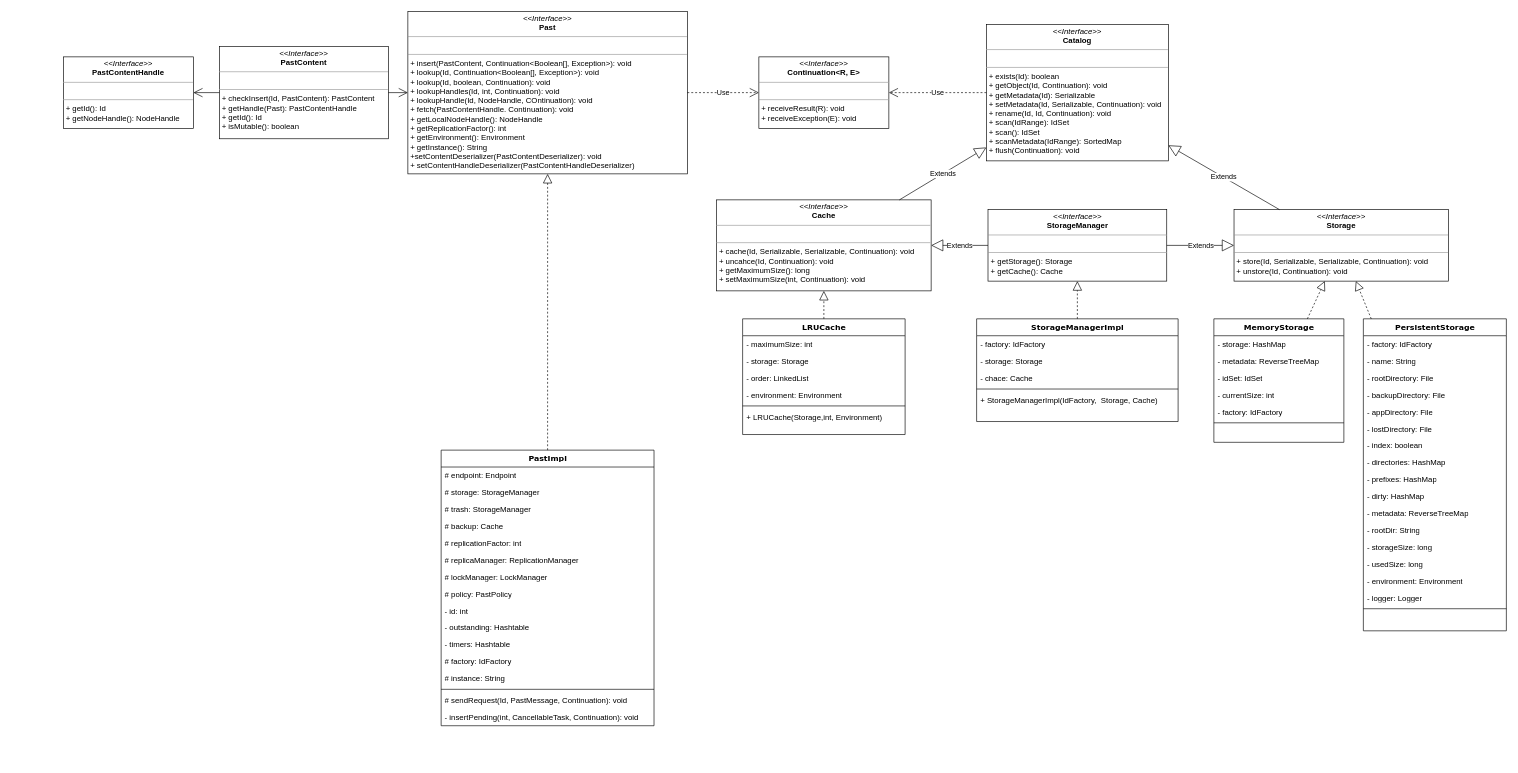
The draw.io diagram PastryPast.drawio in OneOverThree/PastryTest, before the edit. Source tidied: cells renumbered, new cells numbered last; positions are measured from the earlier drawing's top-left corner, leaving out a move shared by most shapes. Both pictures are drawn from the tidied source at 65%, with x=0, y=0 at pixel (63, 11).
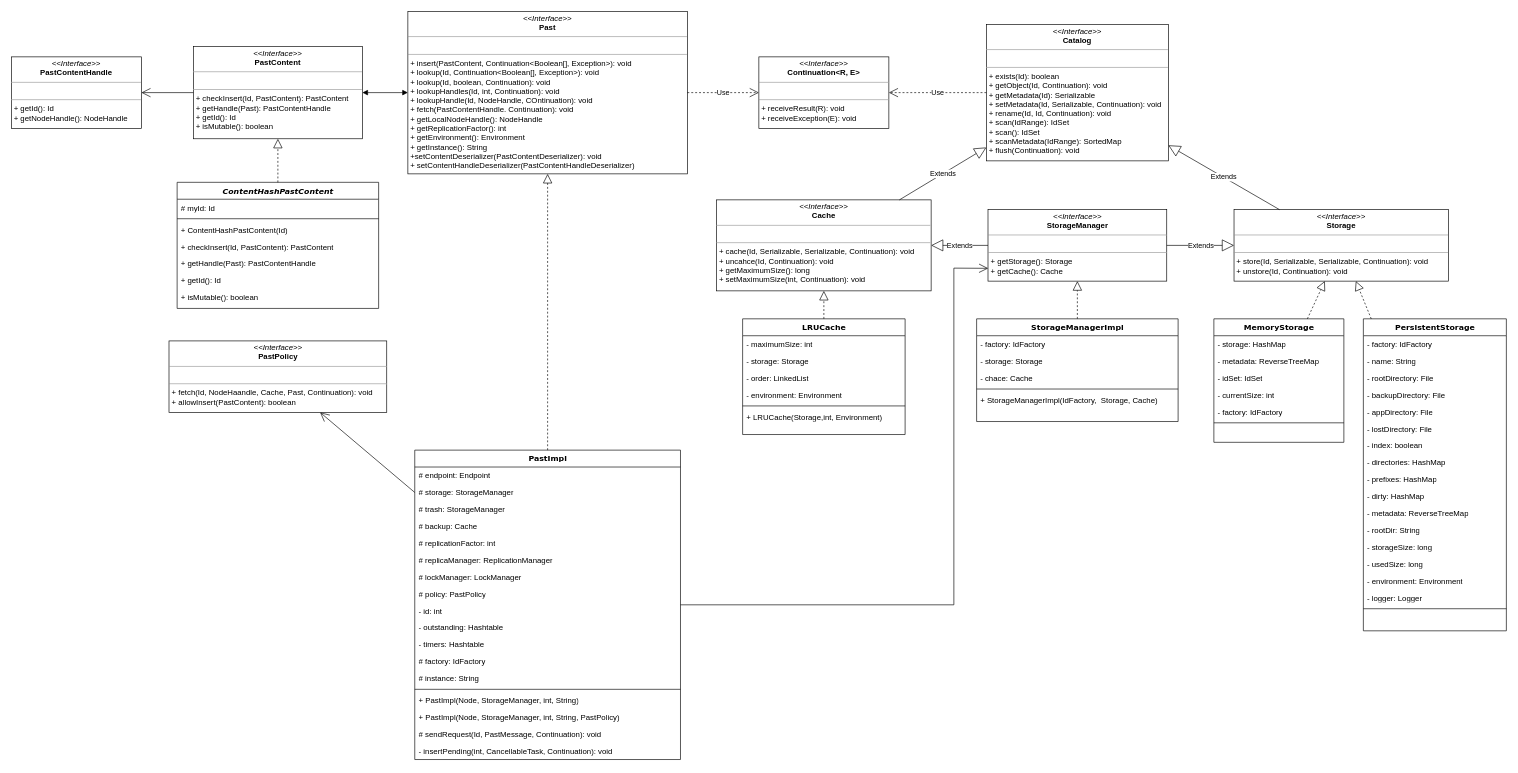
The same diagram, later.

The change refers to these unchanged cells:
```xml
<mxCell id="4" value="&lt;p style=&quot;margin:0px;margin-top:4px;text-align:center;&quot;&gt;&lt;i&gt;&amp;lt;&amp;lt;Interface&amp;gt;&amp;gt;&lt;/i&gt;&lt;br&gt;&lt;b&gt;Past&lt;/b&gt;&lt;/p&gt;&lt;hr size=&quot;1&quot;&gt;&lt;p style=&quot;margin:0px;margin-left:4px;&quot;&gt;&lt;br&gt;&lt;/p&gt;&lt;hr size=&quot;1&quot;&gt;&lt;p style=&quot;margin:0px;margin-left:4px;&quot;&gt;+ insert(PastContent, Continuation&amp;lt;Boolean[], Exception&amp;gt;): void&lt;/p&gt;&lt;p style=&quot;margin:0px;margin-left:4px;&quot;&gt;+ lookup(Id, Continuation&amp;lt;Boolean[], Exception&amp;gt;): void&lt;/p&gt;&lt;p style=&quot;margin:0px;margin-left:4px;&quot;&gt;+ lookup(Id, boolean, Continuation): void&lt;/p&gt;&lt;p style=&quot;margin:0px;margin-left:4px;&quot;&gt;+ lookupHandles(Id, int, Continuation): void&lt;/p&gt;&lt;p style=&quot;margin:0px;margin-left:4px;&quot;&gt;+ lookupHandle(Id, NodeHandle, COntinuation): void&lt;/p&gt;&lt;p style=&quot;margin:0px;margin-left:4px;&quot;&gt;+ fetch(PastContentHandle. Continuation): void&lt;/p&gt;&lt;p style=&quot;margin:0px;margin-left:4px;&quot;&gt;+ getLocalNodeHandle(): NodeHandle&lt;/p&gt;&lt;p style=&quot;margin:0px;margin-left:4px;&quot;&gt;+ getReplicationFactor(): int&lt;/p&gt;&lt;p style=&quot;margin:0px;margin-left:4px;&quot;&gt;+ getEnvironment(): Environment&lt;/p&gt;&lt;p style=&quot;margin:0px;margin-left:4px;&quot;&gt;+ getInstance(): String&lt;/p&gt;&lt;p style=&quot;margin:0px;margin-left:4px;&quot;&gt;+setContentDeserializer(PastContentDeserializer): void&lt;/p&gt;&lt;p style=&quot;margin:0px;margin-left:4px;&quot;&gt;+ setContentHandleDeserializer(PastContentHandleDeserializer)&lt;/p&gt;" style="verticalAlign=top;align=left;overflow=fill;fontSize=12;fontFamily=Helvetica;html=1;rounded=0;shadow=0;comic=0;labelBackgroundColor=none;strokeWidth=1;" parent="1" vertex="1">
  <mxGeometry x="530" width="430" height="250" as="geometry" />
</mxCell>
<mxCell id="66" value="&lt;p style=&quot;margin:0px;margin-top:4px;text-align:center;&quot;&gt;&lt;i&gt;&amp;lt;&amp;lt;Interface&amp;gt;&amp;gt;&lt;/i&gt;&lt;br&gt;&lt;b&gt;StorageManager&lt;/b&gt;&lt;/p&gt;&lt;hr size=&quot;1&quot;&gt;&lt;p style=&quot;margin:0px;margin-left:4px;&quot;&gt;&lt;br&gt;&lt;/p&gt;&lt;hr size=&quot;1&quot;&gt;&lt;p style=&quot;margin:0px;margin-left:4px;&quot;&gt;&lt;span style=&quot;background-color: initial;&quot;&gt;+ getStorage(): Storage&lt;/span&gt;&lt;br&gt;&lt;/p&gt;&lt;p style=&quot;margin:0px;margin-left:4px;&quot;&gt;+ getCache(): Cache&lt;/p&gt;" style="verticalAlign=top;align=left;overflow=fill;fontSize=12;fontFamily=Helvetica;html=1;rounded=0;shadow=0;comic=0;labelBackgroundColor=none;strokeWidth=1;" parent="1" vertex="1">
  <mxGeometry x="1422.5" y="305" width="275" height="110" as="geometry" />
</mxCell>
```

Diff of the diagram source:
```diff
@@
     <mxCell id="2" value="&lt;p style=&quot;margin:0px;margin-top:4px;text-align:center;&quot;&gt;&lt;i&gt;&amp;lt;&amp;lt;Interface&amp;gt;&amp;gt;&lt;/i&gt;&lt;br&gt;&lt;b&gt;PastContent&lt;/b&gt;&lt;/p&gt;&lt;hr size=&quot;1&quot;&gt;&lt;p style=&quot;margin:0px;margin-left:4px;&quot;&gt;&lt;br&gt;&lt;/p&gt;&lt;hr size=&quot;1&quot;&gt;&lt;p style=&quot;margin:0px;margin-left:4px;&quot;&gt;+ checkInsert(Id, PastContent): PastContent&lt;/p&gt;&lt;p style=&quot;margin:0px;margin-left:4px;&quot;&gt;+ getHandle(Past): PastContentHandle&lt;br&gt;&lt;/p&gt;&lt;p style=&quot;margin:0px;margin-left:4px;&quot;&gt;+ getId(): Id&lt;/p&gt;&lt;p style=&quot;margin:0px;margin-left:4px;&quot;&gt;+ isMutable(): boolean&lt;/p&gt;" style="verticalAlign=top;align=left;overflow=fill;fontSize=12;fontFamily=Helvetica;html=1;rounded=0;shadow=0;comic=0;labelBackgroundColor=none;strokeWidth=1;" parent="1" vertex="1">
-      <mxGeometry x="240" y="54" width="260" height="142" as="geometry" />
+      <mxGeometry x="200" y="54" width="260" height="142" as="geometry" />
     </mxCell>
     <mxCell id="3" value="&lt;p style=&quot;margin:0px;margin-top:4px;text-align:center;&quot;&gt;&lt;i&gt;&amp;lt;&amp;lt;Interface&amp;gt;&amp;gt;&lt;/i&gt;&lt;br&gt;&lt;b&gt;PastContentHandle&lt;/b&gt;&lt;/p&gt;&lt;hr size=&quot;1&quot;&gt;&lt;p style=&quot;margin:0px;margin-left:4px;&quot;&gt;&lt;br&gt;&lt;/p&gt;&lt;hr size=&quot;1&quot;&gt;&lt;p style=&quot;margin:0px;margin-left:4px;&quot;&gt;&lt;span style=&quot;background-color: initial;&quot;&gt;+ getId(): Id&lt;/span&gt;&lt;br&gt;&lt;/p&gt;&lt;p style=&quot;margin:0px;margin-left:4px;&quot;&gt;+ getNodeHandle(): NodeHandle&lt;/p&gt;" style="verticalAlign=top;align=left;overflow=fill;fontSize=12;fontFamily=Helvetica;html=1;rounded=0;shadow=0;comic=0;labelBackgroundColor=none;strokeWidth=1;" parent="1" vertex="1">
-      <mxGeometry y="70" width="200" height="110" as="geometry" />
+      <mxGeometry x="-80" y="70" width="200" height="110" as="geometry" />
     </mxCell>
@@
-    <mxCell id="5" style="endArrow=open;endFill=1;endSize=12;html=1;rounded=0;" parent="1" edge="1" source="2" target="4">
-      <mxGeometry relative="1" as="geometry" />
-    </mxCell>
@@
     <mxCell id="7" value="PastImpl" style="swimlane;html=1;fontStyle=1;align=center;verticalAlign=top;horizontal=1;startSize=26;swimlaneFillColor=#ffffff;rounded=0;shadow=0;comic=0;labelBackgroundColor=none;strokeWidth=1;fillColor=none;fontFamily=Verdana;fontSize=12;" parent="1" vertex="1">
-      <mxGeometry x="581.2" y="675" width="327.5" height="424" as="geometry" />
+      <mxGeometry x="540.6" y="675" width="408.8" height="476" as="geometry" />
     </mxCell>
     <mxCell id="8" value="# endpoint: Endpoint" style="text;html=1;strokeColor=none;fillColor=none;align=left;verticalAlign=top;spacingLeft=4;spacingRight=4;whiteSpace=wrap;overflow=hidden;" parent="7" vertex="1">
-      <mxGeometry y="26" width="327.5" height="26" as="geometry" />
+      <mxGeometry y="26" width="408.8" height="26" as="geometry" />
     </mxCell>
     <mxCell id="9" value="# storage: StorageManager" style="text;html=1;strokeColor=none;fillColor=none;align=left;verticalAlign=top;spacingLeft=4;spacingRight=4;whiteSpace=wrap;overflow=hidden;" parent="7" vertex="1">
-      <mxGeometry y="52" width="327.5" height="26" as="geometry" />
+      <mxGeometry y="52" width="408.8" height="26" as="geometry" />
     </mxCell>
     <mxCell id="10" value="# trash: StorageManager" style="text;html=1;strokeColor=none;fillColor=none;align=left;verticalAlign=top;spacingLeft=4;spacingRight=4;whiteSpace=wrap;overflow=hidden;" parent="7" vertex="1">
-      <mxGeometry y="78" width="327.5" height="26" as="geometry" />
+      <mxGeometry y="78" width="408.8" height="26" as="geometry" />
     </mxCell>
     <mxCell id="11" value="# backup: Cache" style="text;html=1;strokeColor=none;fillColor=none;align=left;verticalAlign=top;spacingLeft=4;spacingRight=4;whiteSpace=wrap;overflow=hidden;" parent="7" vertex="1">
-      <mxGeometry y="104" width="327.5" height="26" as="geometry" />
+      <mxGeometry y="104" width="408.8" height="26" as="geometry" />
     </mxCell>
     <mxCell id="12" value="# replicationFactor: int" style="text;html=1;strokeColor=none;fillColor=none;align=left;verticalAlign=top;spacingLeft=4;spacingRight=4;whiteSpace=wrap;overflow=hidden;" parent="7" vertex="1">
-      <mxGeometry y="130" width="327.5" height="26" as="geometry" />
+      <mxGeometry y="130" width="408.8" height="26" as="geometry" />
     </mxCell>
     <mxCell id="13" value="# replicaManager: ReplicationManager" style="text;html=1;strokeColor=none;fillColor=none;align=left;verticalAlign=top;spacingLeft=4;spacingRight=4;whiteSpace=wrap;overflow=hidden;" parent="7" vertex="1">
-      <mxGeometry y="156" width="327.5" height="26" as="geometry" />
+      <mxGeometry y="156" width="408.8" height="26" as="geometry" />
     </mxCell>
     <mxCell id="14" value="# lockManager: LockManager" style="text;html=1;strokeColor=none;fillColor=none;align=left;verticalAlign=top;spacingLeft=4;spacingRight=4;whiteSpace=wrap;overflow=hidden;" parent="7" vertex="1">
-      <mxGeometry y="182" width="327.5" height="26" as="geometry" />
+      <mxGeometry y="182" width="408.8" height="26" as="geometry" />
     </mxCell>
     <mxCell id="15" value="# policy: PastPolicy" style="text;html=1;strokeColor=none;fillColor=none;align=left;verticalAlign=top;spacingLeft=4;spacingRight=4;whiteSpace=wrap;overflow=hidden;" parent="7" vertex="1">
-      <mxGeometry y="208" width="327.5" height="26" as="geometry" />
+      <mxGeometry y="208" width="408.8" height="26" as="geometry" />
     </mxCell>
     <mxCell id="16" value="- id: int" style="text;html=1;strokeColor=none;fillColor=none;align=left;verticalAlign=top;spacingLeft=4;spacingRight=4;whiteSpace=wrap;overflow=hidden;" parent="7" vertex="1">
-      <mxGeometry y="234" width="327.5" height="26" as="geometry" />
+      <mxGeometry y="234" width="408.8" height="26" as="geometry" />
     </mxCell>
     <mxCell id="17" value="- outstanding: Hashtable" style="text;html=1;strokeColor=none;fillColor=none;align=left;verticalAlign=top;spacingLeft=4;spacingRight=4;whiteSpace=wrap;overflow=hidden;" parent="7" vertex="1">
-      <mxGeometry y="260" width="327.5" height="26" as="geometry" />
+      <mxGeometry y="260" width="408.8" height="26" as="geometry" />
     </mxCell>
     <mxCell id="18" value="- timers: Hashtable" style="text;html=1;strokeColor=none;fillColor=none;align=left;verticalAlign=top;spacingLeft=4;spacingRight=4;whiteSpace=wrap;overflow=hidden;" parent="7" vertex="1">
-      <mxGeometry y="286" width="327.5" height="26" as="geometry" />
+      <mxGeometry y="286" width="408.8" height="26" as="geometry" />
     </mxCell>
     <mxCell id="19" value="# factory: IdFactory" style="text;html=1;strokeColor=none;fillColor=none;align=left;verticalAlign=top;spacingLeft=4;spacingRight=4;whiteSpace=wrap;overflow=hidden;" parent="7" vertex="1">
-      <mxGeometry y="312" width="327.5" height="26" as="geometry" />
+      <mxGeometry y="312" width="408.8" height="26" as="geometry" />
     </mxCell>
     <mxCell id="20" value="# instance: String" style="text;html=1;strokeColor=none;fillColor=none;align=left;verticalAlign=top;spacingLeft=4;spacingRight=4;whiteSpace=wrap;overflow=hidden;" parent="7" vertex="1">
-      <mxGeometry y="338" width="327.5" height="26" as="geometry" />
+      <mxGeometry y="338" width="408.8" height="26" as="geometry" />
     </mxCell>
     <mxCell id="21" style="line;html=1;strokeWidth=1;fillColor=none;align=left;verticalAlign=middle;spacingTop=-1;spacingLeft=3;spacingRight=3;labelPosition=right;" parent="7" vertex="1">
-      <mxGeometry y="364" width="327.5" height="8" as="geometry" />
+      <mxGeometry y="364" width="408.8" height="8" as="geometry" />
     </mxCell>
+    <mxCell id="78" value="+ PastImpl(Node, StorageManager, int, String)" style="text;html=1;strokeColor=none;fillColor=none;align=left;verticalAlign=top;spacingLeft=4;spacingRight=4;whiteSpace=wrap;overflow=hidden;" parent="7" vertex="1">
+      <mxGeometry y="372" width="408.8" height="26" as="geometry" />
+    </mxCell>
+    <mxCell id="79" value="+ PastImpl(Node, StorageManager, int, String, PastPolicy)" style="text;html=1;strokeColor=none;fillColor=none;align=left;verticalAlign=top;spacingLeft=4;spacingRight=4;whiteSpace=wrap;overflow=hidden;" parent="7" vertex="1">
+      <mxGeometry y="398" width="408.8" height="26" as="geometry" />
+    </mxCell>
     <mxCell id="22" value="# sendRequest(Id, PastMessage, Continuation): void" style="text;html=1;strokeColor=none;fillColor=none;align=left;verticalAlign=top;spacingLeft=4;spacingRight=4;whiteSpace=wrap;overflow=hidden;" parent="7" vertex="1">
-      <mxGeometry y="372" width="327.5" height="26" as="geometry" />
+      <mxGeometry y="424" width="408.8" height="26" as="geometry" />
     </mxCell>
     <mxCell id="23" value="&lt;span style=&quot;&quot;&gt;- insertPending(int, CancellableTask, Continuation): void&lt;/span&gt;" style="text;html=1;strokeColor=none;fillColor=none;align=left;verticalAlign=top;spacingLeft=4;spacingRight=4;whiteSpace=wrap;overflow=hidden;" parent="7" vertex="1">
-      <mxGeometry y="398" width="327.5" height="26" as="geometry" />
+      <mxGeometry y="450" width="408.8" height="26" as="geometry" />
     </mxCell>
@@
+    <mxCell id="80" value="&lt;i&gt;ContentHashPastContent&lt;/i&gt;" style="swimlane;html=1;fontStyle=1;align=center;verticalAlign=top;horizontal=1;startSize=26;swimlaneFillColor=#ffffff;rounded=0;shadow=0;comic=0;labelBackgroundColor=none;strokeWidth=1;fillColor=none;fontFamily=Verdana;fontSize=12;" parent="1" vertex="1">
+      <mxGeometry x="175" y="263" width="310" height="194" as="geometry" />
+    </mxCell>
+    <mxCell id="81" value="# myId: Id" style="text;html=1;strokeColor=none;fillColor=none;align=left;verticalAlign=top;spacingLeft=4;spacingRight=4;whiteSpace=wrap;overflow=hidden;" parent="80" vertex="1">
+      <mxGeometry y="26" width="310" height="26" as="geometry" />
+    </mxCell>
+    <mxCell id="82" style="line;html=1;strokeWidth=1;fillColor=none;align=left;verticalAlign=middle;spacingTop=-1;spacingLeft=3;spacingRight=3;labelPosition=right;" parent="80" vertex="1">
+      <mxGeometry y="52" width="310" height="8" as="geometry" />
+    </mxCell>
+    <mxCell id="83" value="+ ContentHashPastContent(Id)" style="text;html=1;strokeColor=none;fillColor=none;align=left;verticalAlign=top;spacingLeft=4;spacingRight=4;whiteSpace=wrap;overflow=hidden;" parent="80" vertex="1">
+      <mxGeometry y="60" width="310" height="26" as="geometry" />
+    </mxCell>
+    <mxCell id="84" value="+ checkInsert(Id, PastContent): PastContent" style="text;html=1;strokeColor=none;fillColor=none;align=left;verticalAlign=top;spacingLeft=4;spacingRight=4;whiteSpace=wrap;overflow=hidden;" parent="80" vertex="1">
+      <mxGeometry y="86" width="310" height="26" as="geometry" />
+    </mxCell>
+    <mxCell id="85" value="+ getHandle(Past): PastContentHandle" style="text;html=1;strokeColor=none;fillColor=none;align=left;verticalAlign=top;spacingLeft=4;spacingRight=4;whiteSpace=wrap;overflow=hidden;" parent="80" vertex="1">
+      <mxGeometry y="112" width="310" height="26" as="geometry" />
+    </mxCell>
+    <mxCell id="86" value="+ getId(): Id" style="text;html=1;strokeColor=none;fillColor=none;align=left;verticalAlign=top;spacingLeft=4;spacingRight=4;whiteSpace=wrap;overflow=hidden;" parent="80" vertex="1">
+      <mxGeometry y="138" width="310" height="26" as="geometry" />
+    </mxCell>
+    <mxCell id="87" value="+ isMutable(): boolean" style="text;html=1;strokeColor=none;fillColor=none;align=left;verticalAlign=top;spacingLeft=4;spacingRight=4;whiteSpace=wrap;overflow=hidden;" parent="80" vertex="1">
+      <mxGeometry y="164" width="310" height="26" as="geometry" />
+    </mxCell>
+    <mxCell id="88" style="endArrow=block;dashed=1;endFill=0;endSize=12;html=1;rounded=0;" parent="1" edge="1" source="80" target="2">
+      <mxGeometry relative="1" as="geometry" />
+    </mxCell>
+    <mxCell id="5" style="endArrow=block;startArrow=block;endFill=1;startFill=1;html=1;rounded=0;" parent="1" edge="1" source="2" target="4">
+      <mxGeometry relative="1" as="geometry" />
+    </mxCell>
+    <mxCell id="89" style="endArrow=open;endFill=1;endSize=12;html=1;rounded=0;entryX=0.001;entryY=0.821;entryDx=0;entryDy=0;entryPerimeter=0;" parent="1" edge="1" source="7" target="66">
+      <mxGeometry relative="1" as="geometry">
+        <Array as="points">
+          <mxPoint x="1370" y="913" />
+          <mxPoint x="1370" y="395" />
+        </Array>
+      </mxGeometry>
+    </mxCell>
+    <mxCell id="90" value="&lt;p style=&quot;margin:0px;margin-top:4px;text-align:center;&quot;&gt;&lt;i&gt;&amp;lt;&amp;lt;Interface&amp;gt;&amp;gt;&lt;/i&gt;&lt;br&gt;&lt;b&gt;PastPolicy&lt;/b&gt;&lt;/p&gt;&lt;hr size=&quot;1&quot;&gt;&lt;p style=&quot;margin:0px;margin-left:4px;&quot;&gt;&lt;br&gt;&lt;/p&gt;&lt;hr size=&quot;1&quot;&gt;&lt;p style=&quot;margin:0px;margin-left:4px;&quot;&gt;&lt;span style=&quot;background-color: initial;&quot;&gt;+ fetch(Id, NodeHaandle, Cache, Past, Continuation): void&lt;/span&gt;&lt;br&gt;&lt;/p&gt;&lt;p style=&quot;margin:0px;margin-left:4px;&quot;&gt;+ allowInsert(PastContent): boolean&lt;/p&gt;" style="verticalAlign=top;align=left;overflow=fill;fontSize=12;fontFamily=Helvetica;html=1;rounded=0;shadow=0;comic=0;labelBackgroundColor=none;strokeWidth=1;" parent="1" vertex="1">
+      <mxGeometry x="162.5" y="507" width="335" height="110" as="geometry" />
+    </mxCell>
+    <mxCell id="91" style="endArrow=open;endFill=1;endSize=12;html=1;rounded=0;" parent="1" edge="1" source="7" target="90">
+      <mxGeometry relative="1" as="geometry" />
+    </mxCell>
```
